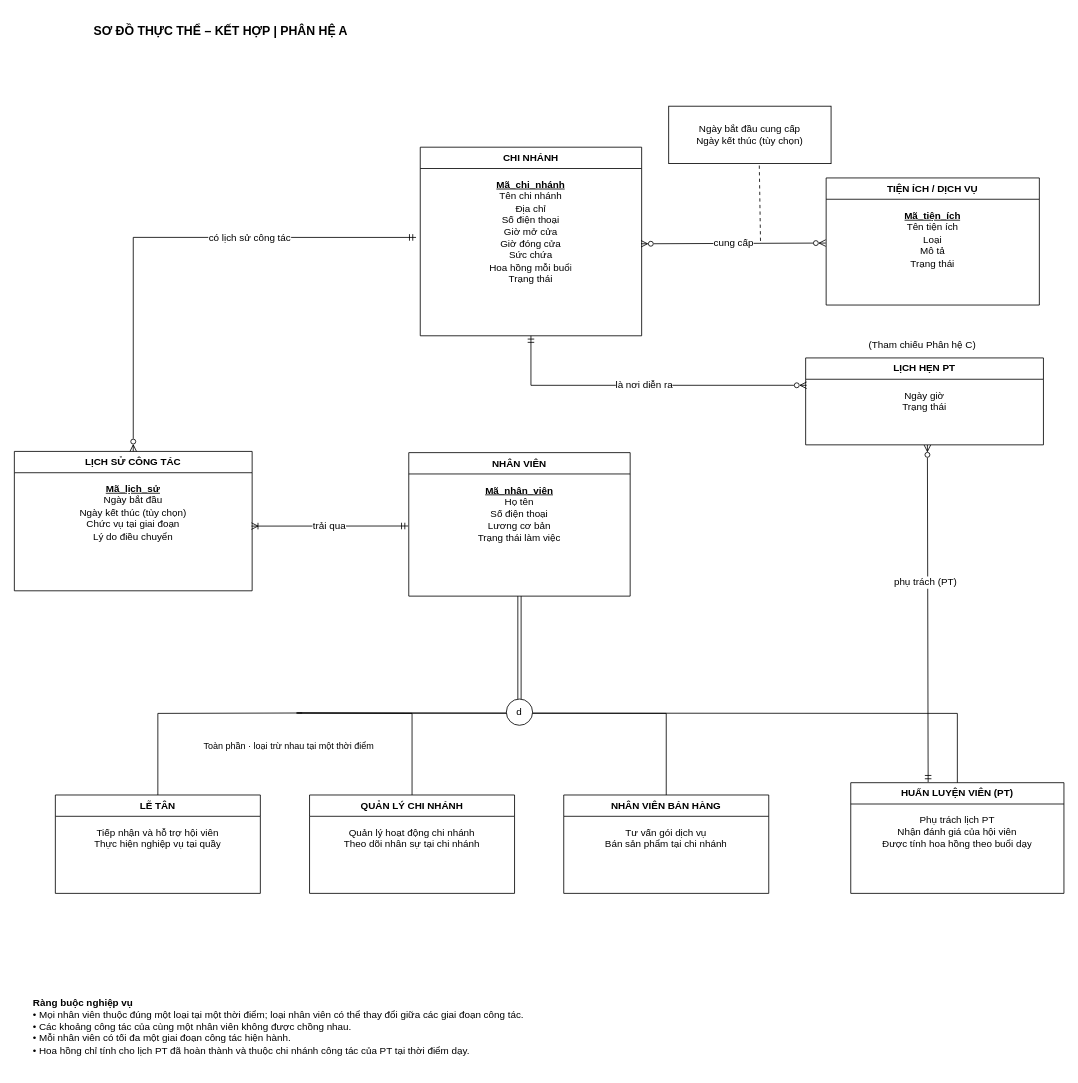
Above: docs/gd1/a/erd-a.drawio in nhaajtdajt/fitlife-hub-csdlnc (draw.io), before the change. Source tidied: cells renumbered, new cells numbered last; positions are measured from the earlier drawing's top-left corner, leaving out a move shared by most shapes. Both pictures are drawn from the tidied source at 82%, with x=0, y=0 at pixel (14, 14).
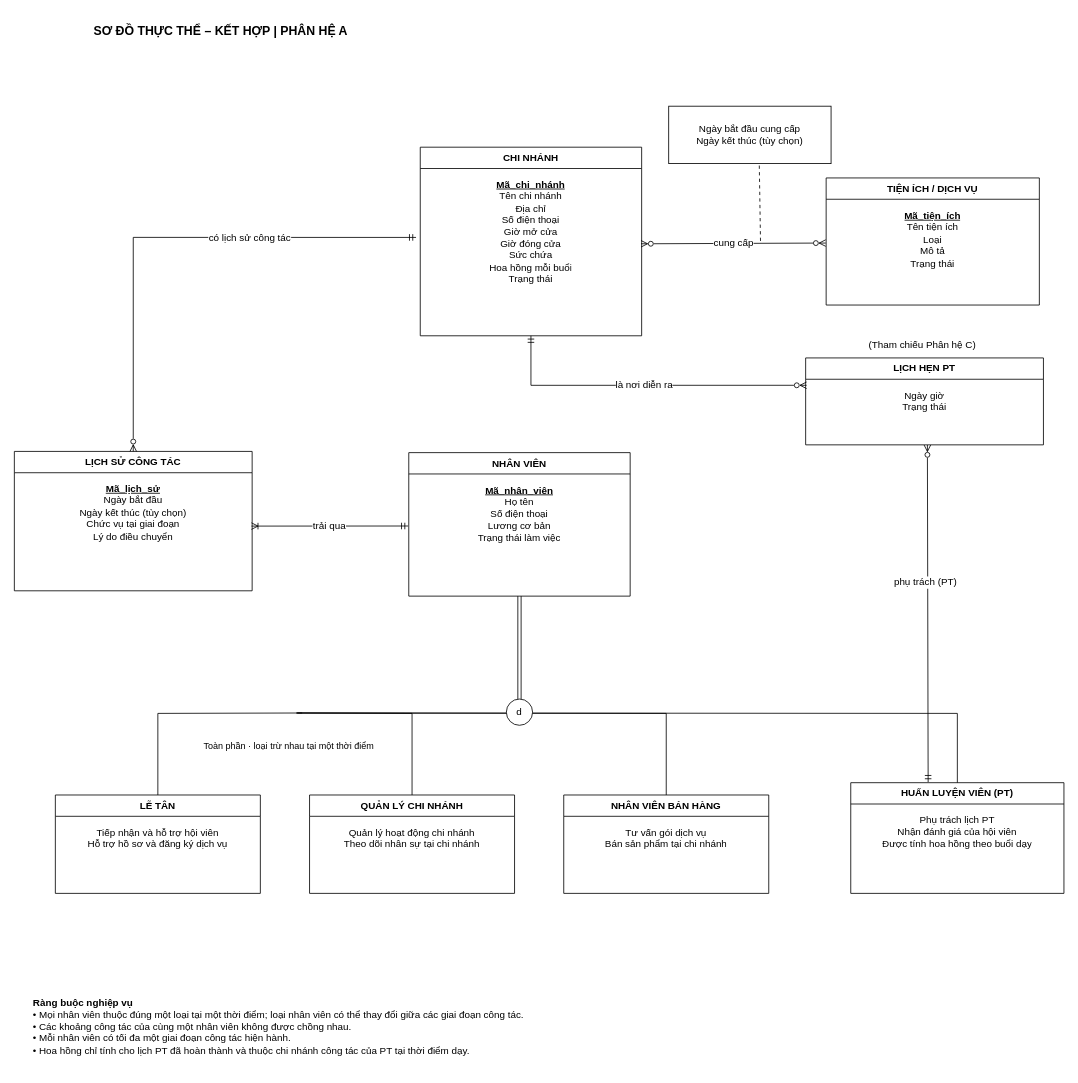
After the change.

The change refers to these unchanged cells:
```xml
<mxCell id="26" value="&lt;b&gt;LỄ TÂN&lt;/b&gt;" style="swimlane;fontStyle=0;horizontal=1;startSize=26;fillColor=none;whiteSpace=wrap;html=1;strokeColor=#000000;fontColor=#000000;fontFamily=Helvetica;fontSize=12;align=center;verticalAlign=middle;shadow=0;" parent="1" vertex="1">
  <mxGeometry x="50" y="952" width="250" height="120" as="geometry" />
</mxCell>
```

Diff of the diagram source:
```diff
@@
-    <mxCell id="27" value="&lt;div&gt;Tiếp nhận và hỗ trợ hội viên&lt;/div&gt;&lt;div&gt;Thực hiện nghiệp vụ tại quầy&lt;/div&gt;" style="text;strokeColor=none;fillColor=none;align=center;verticalAlign=top;spacingLeft=4;spacingRight=4;overflow=hidden;whiteSpace=wrap;html=1;fontFamily=Helvetica;fontSize=12;fontColor=#000000;spacingTop=6;" parent="26" vertex="1">
+    <mxCell id="27" value="&lt;div&gt;Tiếp nhận và hỗ trợ hội viên&lt;/div&gt;&lt;div&gt;Hỗ trợ hồ sơ và đăng ký dịch vụ&lt;/div&gt;" style="text;strokeColor=none;fillColor=none;align=center;verticalAlign=top;spacingLeft=4;spacingRight=4;overflow=hidden;whiteSpace=wrap;html=1;fontFamily=Helvetica;fontSize=12;fontColor=#000000;spacingTop=6;" parent="26" vertex="1">
       <mxGeometry y="26" width="250" height="94" as="geometry" />
     </mxCell>
```
